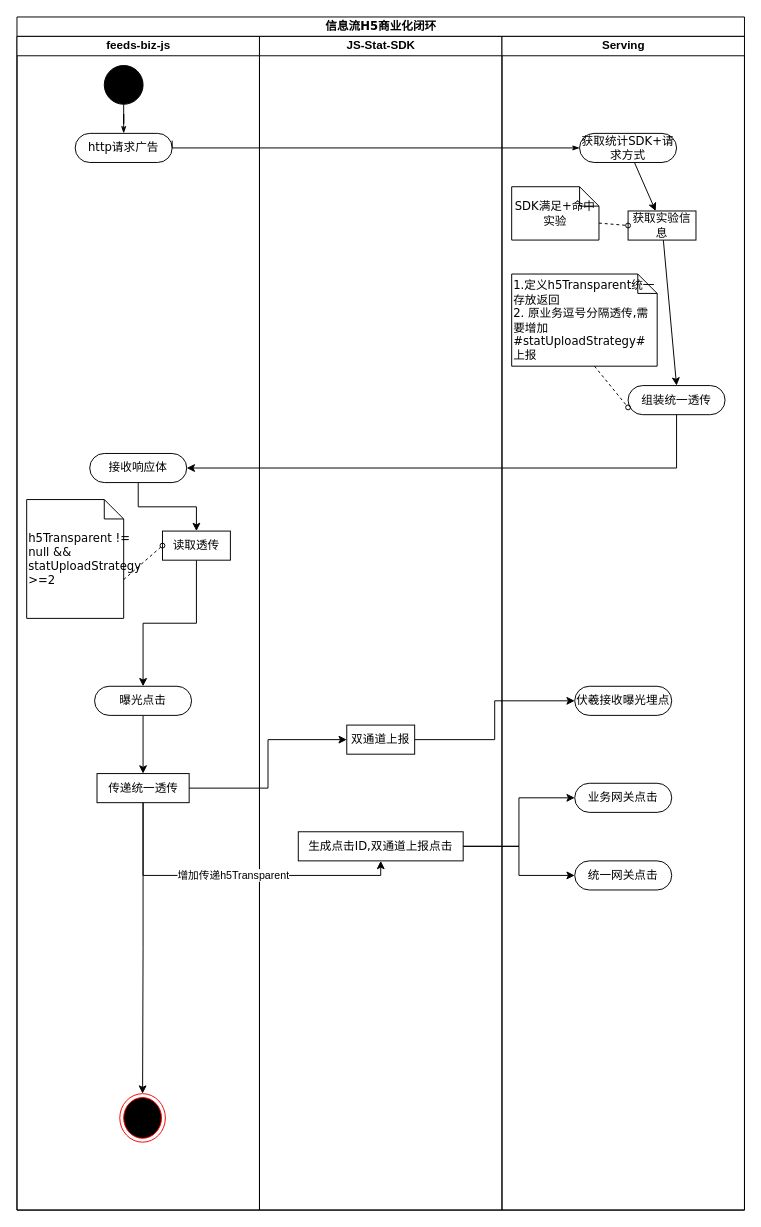
Earlier version of the draw.io diagram universal-engine/feeds-h5-transparent.drawio (karlchan-cn/drawio-repository). Source tidied: cells renumbered, new cells numbered last; positions are measured from the earlier drawing's top-left corner, leaving out a move shared by most shapes. Both pictures are drawn from the tidied source at 97%, with x=0, y=0 at pixel (16, 16).
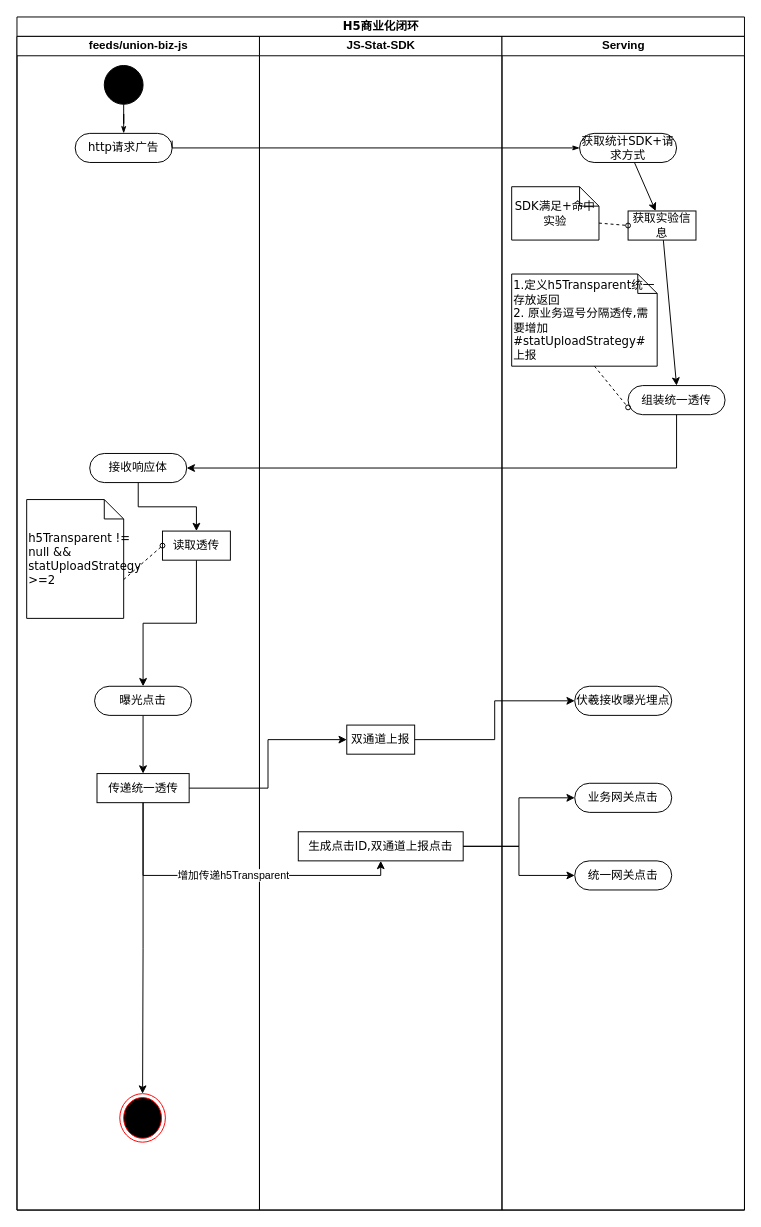
The same page after the edit.

What changed in the source:
```diff
@@
-    <mxCell id="2" value="信息流H5商业化闭环" style="swimlane;html=1;startSize=20;rounded=0;shadow=0;comic=0;labelBackgroundColor=none;strokeWidth=1;fontFamily=Verdana;fontSize=12;align=center;" parent="1" vertex="1">
+    <mxCell id="2" value="H5商业化闭环" style="swimlane;html=1;startSize=20;rounded=0;shadow=0;comic=0;labelBackgroundColor=none;strokeWidth=1;fontFamily=Verdana;fontSize=12;align=center;" parent="1" vertex="1">
       <mxGeometry width="750" height="1230" as="geometry" />
     </mxCell>
-    <mxCell id="3" value="feeds-biz-js" style="swimlane;html=1;startSize=20;" parent="2" vertex="1">
+    <mxCell id="3" value="feeds/union-biz-js" style="swimlane;html=1;startSize=20;" parent="2" vertex="1">
       <mxGeometry y="20" width="250" height="1210" as="geometry" />
     </mxCell>
```
